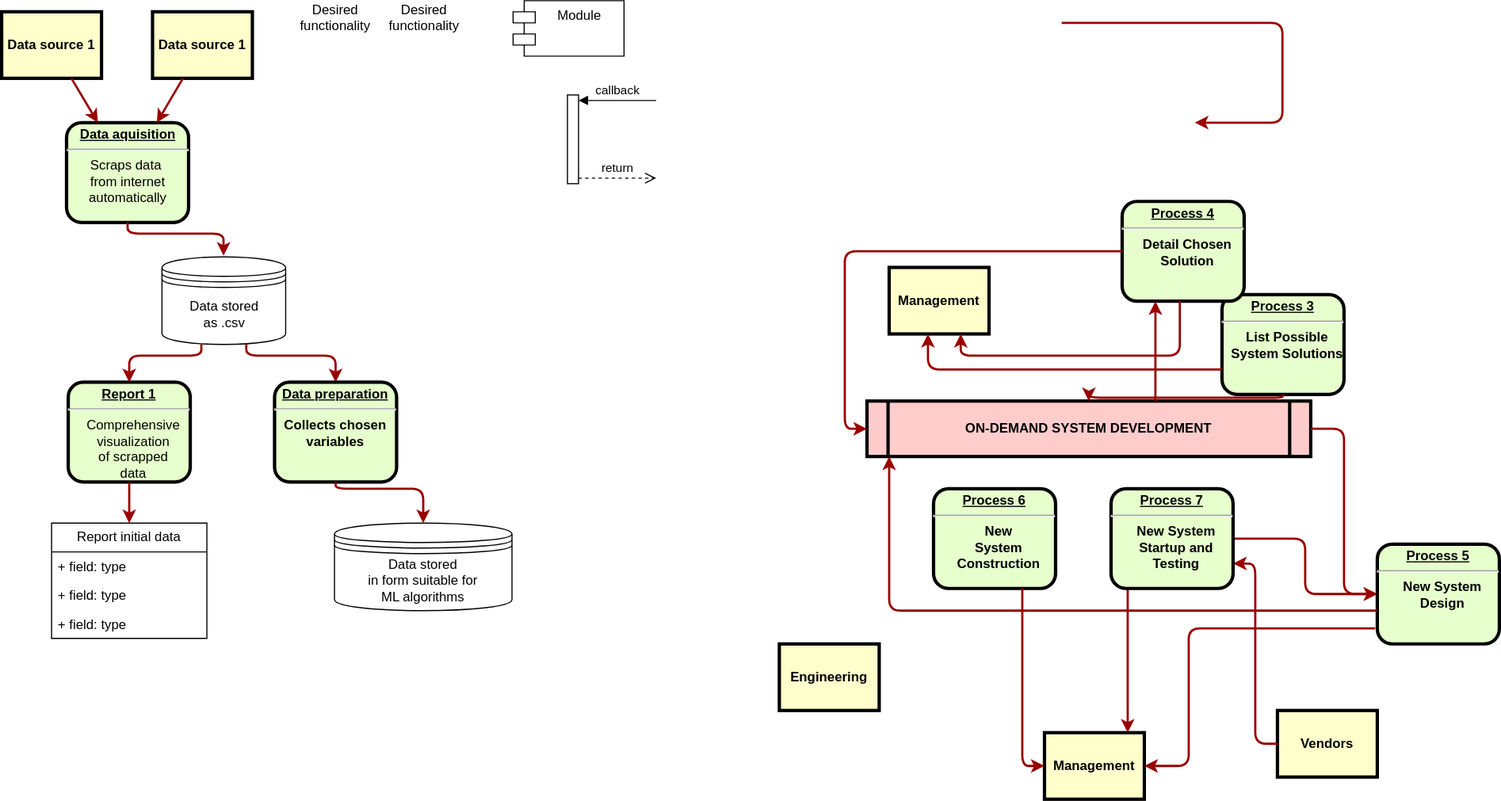
Earlier version of the draw.io export readme/Kopia Diagram bez tytułu.drawio.svg (KKobuszewski/aluminium-prediction). Source tidied: cells renumbered, new cells last; positions are measured from the earlier drawing's top-left corner, leaving out a move shared by most shapes.
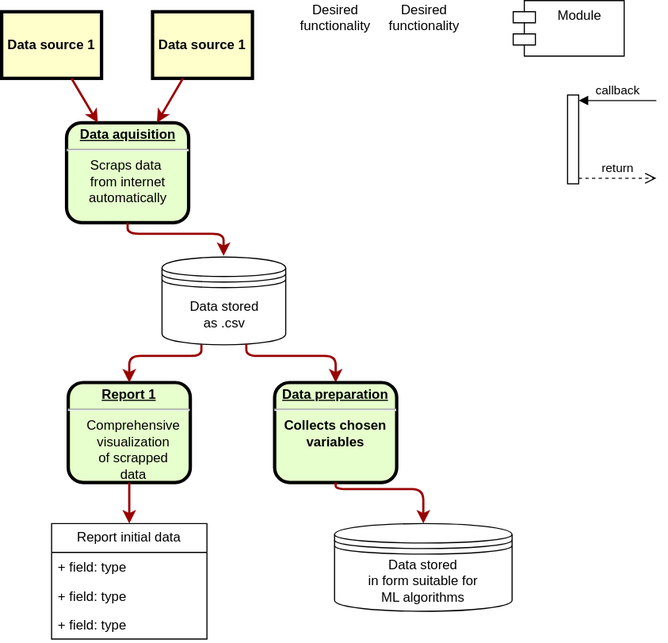
Later version of the same file.

What changed in the source:
```diff
@@ -11,36 +11,9 @@
     <mxCell id="4" value="Data source 1" style="whiteSpace=wrap;align=center;verticalAlign=middle;fontStyle=1;strokeWidth=3;fillColor=#FFFFCC;" parent="1" vertex="1">
       <mxGeometry y="42" width="90" height="60" as="geometry" />
     </mxCell>
-    <mxCell id="5" value="ON-DEMAND SYSTEM DEVELOPMENT" style="shape=process;whiteSpace=wrap;align=center;verticalAlign=middle;size=0.0475;fontStyle=1;strokeWidth=3;fillColor=#FFCCCC;" parent="1" vertex="1">
-      <mxGeometry x="780" y="393" width="400" height="50" as="geometry" />
-    </mxCell>
     <mxCell id="6" value="&lt;p style=&quot;margin: 0px; margin-top: 4px; text-align: center; text-decoration: underline;&quot;&gt;&lt;strong&gt;Report 1&lt;br&gt;&lt;/strong&gt;&lt;/p&gt;&lt;hr&gt;&lt;p style=&quot;margin: 0px; margin-left: 8px;&quot;&gt;&lt;span style=&quot;font-weight: normal;&quot;&gt;Comprehensive&lt;/span&gt;&lt;/p&gt;&lt;p style=&quot;margin: 0px; margin-left: 8px;&quot;&gt;&lt;span style=&quot;font-weight: normal;&quot;&gt;visualization&lt;/span&gt;&lt;/p&gt;&lt;p style=&quot;margin: 0px; margin-left: 8px;&quot;&gt;&lt;span style=&quot;font-weight: normal;&quot;&gt;of scrapped&lt;/span&gt;&lt;/p&gt;&lt;p style=&quot;margin: 0px; margin-left: 8px;&quot;&gt;&lt;span style=&quot;font-weight: normal;&quot;&gt;data&lt;/span&gt;&lt;br&gt;&lt;/p&gt;" style="verticalAlign=middle;align=center;overflow=fill;fontSize=12;fontFamily=Helvetica;html=1;rounded=1;fontStyle=1;strokeWidth=3;fillColor=#E6FFCC;" parent="1" vertex="1">
       <mxGeometry x="60" y="376" width="110" height="90" as="geometry" />
     </mxCell>
-    <mxCell id="7" value="&lt;p style=&quot;margin: 0px; margin-top: 4px; text-align: center; text-decoration: underline;&quot;&gt;&lt;strong&gt;&lt;strong&gt;Process&lt;/strong&gt; 3&lt;br /&gt;&lt;/strong&gt;&lt;/p&gt;&lt;hr /&gt;&lt;p style=&quot;margin: 0px; margin-left: 8px;&quot;&gt;List Possible&lt;/p&gt;&lt;p style=&quot;margin: 0px; margin-left: 8px;&quot;&gt;System Solutions&lt;/p&gt;" style="verticalAlign=middle;align=center;overflow=fill;fontSize=12;fontFamily=Helvetica;html=1;rounded=1;fontStyle=1;strokeWidth=3;fillColor=#E6FFCC;" parent="1" vertex="1">
-      <mxGeometry x="1100" y="297" width="110" height="90" as="geometry" />
-    </mxCell>
-    <mxCell id="8" value="&lt;p style=&quot;margin: 0px; margin-top: 4px; text-align: center; text-decoration: underline;&quot;&gt;&lt;strong&gt;&lt;strong&gt;Process&lt;/strong&gt; 4&lt;br /&gt;&lt;/strong&gt;&lt;/p&gt;&lt;hr /&gt;&lt;p style=&quot;margin: 0px; margin-left: 8px;&quot;&gt;Detail Chosen&lt;/p&gt;&lt;p style=&quot;margin: 0px; margin-left: 8px;&quot;&gt;Solution&lt;/p&gt;" style="verticalAlign=middle;align=center;overflow=fill;fontSize=12;fontFamily=Helvetica;html=1;rounded=1;fontStyle=1;strokeWidth=3;fillColor=#E6FFCC;" parent="1" vertex="1">
-      <mxGeometry x="1010" y="213" width="110" height="90" as="geometry" />
-    </mxCell>
-    <mxCell id="9" value="&lt;p style=&quot;margin: 0px; margin-top: 4px; text-align: center; text-decoration: underline;&quot;&gt;&lt;strong&gt;&lt;strong&gt;Process&lt;/strong&gt; 5&lt;br /&gt;&lt;/strong&gt;&lt;/p&gt;&lt;hr /&gt;&lt;p style=&quot;margin: 0px; margin-left: 8px;&quot;&gt;New System&lt;/p&gt;&lt;p style=&quot;margin: 0px; margin-left: 8px;&quot;&gt;Design&lt;/p&gt;" style="verticalAlign=middle;align=center;overflow=fill;fontSize=12;fontFamily=Helvetica;html=1;rounded=1;fontStyle=1;strokeWidth=3;fillColor=#E6FFCC;" parent="1" vertex="1">
-      <mxGeometry x="1240" y="522" width="110" height="90" as="geometry" />
-    </mxCell>
-    <mxCell id="10" value="&lt;p style=&quot;margin: 0px; margin-top: 4px; text-align: center; text-decoration: underline;&quot;&gt;&lt;strong&gt;&lt;strong&gt;Process&lt;/strong&gt; 6&lt;br /&gt;&lt;/strong&gt;&lt;/p&gt;&lt;hr /&gt;&lt;p style=&quot;margin: 0px; margin-left: 8px;&quot;&gt;New&lt;/p&gt;&lt;p style=&quot;margin: 0px; margin-left: 8px;&quot;&gt;System&lt;/p&gt;&lt;p style=&quot;margin: 0px; margin-left: 8px;&quot;&gt;Construction&lt;/p&gt;" style="verticalAlign=middle;align=center;overflow=fill;fontSize=12;fontFamily=Helvetica;html=1;rounded=1;fontStyle=1;strokeWidth=3;fillColor=#E6FFCC;" parent="1" vertex="1">
-      <mxGeometry x="840" y="472" width="110" height="90" as="geometry" />
-    </mxCell>
-    <mxCell id="11" value="Management" style="whiteSpace=wrap;align=center;verticalAlign=middle;fontStyle=1;strokeWidth=3;fillColor=#FFFFCC;" parent="1" vertex="1">
-      <mxGeometry x="800" y="272.5" width="90" height="60" as="geometry" />
-    </mxCell>
-    <mxCell id="12" value="Management" style="whiteSpace=wrap;align=center;verticalAlign=middle;fontStyle=1;strokeWidth=3;fillColor=#FFFFCC;" parent="1" vertex="1">
-      <mxGeometry x="940" y="692" width="90" height="60" as="geometry" />
-    </mxCell>
-    <mxCell id="13" value="Engineering" style="whiteSpace=wrap;align=center;verticalAlign=middle;fontStyle=1;strokeWidth=3;fillColor=#FFFFCC;" parent="1" vertex="1">
-      <mxGeometry x="701" y="612" width="90" height="60" as="geometry" />
-    </mxCell>
-    <mxCell id="14" value="Vendors" style="whiteSpace=wrap;align=center;verticalAlign=middle;fontStyle=1;strokeWidth=3;fillColor=#FFFFCC;" parent="1" vertex="1">
-      <mxGeometry x="1150" y="672" width="90" height="60" as="geometry" />
-    </mxCell>
     <mxCell id="15" style="edgeStyle=none;noEdgeStyle=1;strokeColor=#990000;strokeWidth=2;" parent="1" edge="1" source="3" target="2">
       <mxGeometry relative="1" as="geometry" />
     </mxCell>
@@ -53,82 +26,6 @@
     <mxCell id="18" value="Desired &#10;functionality" style="text;spacingTop=-5;align=center;" parent="1" vertex="1">
       <mxGeometry x="286" y="32" width="30" height="20" as="geometry" />
     </mxCell>
-    <mxCell id="19" style="edgeStyle=elbowEdgeStyle;elbow=horizontal;strokeColor=#990000;strokeWidth=2;flowAnimation=0;" parent="1" edge="1">
-      <mxGeometry relative="1" as="geometry">
-        <mxPoint x="955.5" y="52" as="sourcePoint" />
-        <mxPoint x="1075.5" y="142" as="targetPoint" />
-        <Array as="points">
-          <mxPoint x="1154.5" />
-          <mxPoint x="851.5" y="120" />
-        </Array>
-      </mxGeometry>
-    </mxCell>
-    <mxCell id="20" style="edgeStyle=elbowEdgeStyle;elbow=vertical;entryX=0.75;entryY=1;strokeColor=#990000;strokeWidth=2;entryDx=0;entryDy=0;" parent="1" edge="1">
-      <mxGeometry relative="1" as="geometry">
-        <mxPoint x="1062" y="303" as="sourcePoint" />
-        <mxPoint x="864.5" y="332.5" as="targetPoint" />
-        <Array as="points">
-          <mxPoint x="960" y="352" />
-        </Array>
-      </mxGeometry>
-    </mxCell>
-    <mxCell id="21" style="edgeStyle=elbowEdgeStyle;elbow=horizontal;strokeColor=#990000;strokeWidth=2;entryX=0.378;entryY=1.025;entryDx=0;entryDy=0;entryPerimeter=0;exitX=-0.027;exitY=0.678;exitDx=0;exitDy=0;exitPerimeter=0;" parent="1" edge="1">
-      <mxGeometry relative="1" as="geometry">
-        <mxPoint x="1100" y="364.5" as="sourcePoint" />
-        <mxPoint x="834" y="332.5" as="targetPoint" />
-        <Array as="points">
-          <mxPoint x="835" y="367.5" />
-        </Array>
-      </mxGeometry>
-    </mxCell>
-    <mxCell id="22" style="edgeStyle=elbowEdgeStyle;elbow=horizontal;strokeColor=#990000;strokeWidth=2;" parent="1" edge="1" source="8" target="5">
-      <mxGeometry relative="1" as="geometry">
-        <Array as="points">
-          <mxPoint x="760" y="332" />
-        </Array>
-      </mxGeometry>
-    </mxCell>
-    <mxCell id="23" style="edgeStyle=segmentEdgeStyle;strokeColor=#990000;strokeWidth=2;" parent="1" edge="1" source="5" target="8">
-      <mxGeometry relative="1" as="geometry">
-        <Array as="points">
-          <mxPoint x="1040" y="322" />
-          <mxPoint x="1040" y="322" />
-        </Array>
-      </mxGeometry>
-    </mxCell>
-    <mxCell id="24" style="edgeStyle=elbowEdgeStyle;elbow=vertical;strokeColor=#990000;strokeWidth=2;" parent="1" edge="1" source="7" target="5">
-      <mxGeometry relative="1" as="geometry" />
-    </mxCell>
-    <mxCell id="25" style="edgeStyle=elbowEdgeStyle;elbow=horizontal;strokeColor=#990000;strokeWidth=2;" parent="1" edge="1" source="9" target="5">
-      <mxGeometry relative="1" as="geometry">
-        <Array as="points">
-          <mxPoint x="800" y="582" />
-        </Array>
-      </mxGeometry>
-    </mxCell>
-    <mxCell id="26" style="edgeStyle=elbowEdgeStyle;elbow=horizontal;strokeColor=#990000;strokeWidth=2;" parent="1" edge="1" source="5" target="9">
-      <mxGeometry relative="1" as="geometry" />
-    </mxCell>
-    <mxCell id="27" style="edgeStyle=elbowEdgeStyle;elbow=horizontal;strokeColor=#990000;strokeWidth=2;exitX=1;exitY=0.5;exitDx=0;exitDy=0;" parent="1" edge="1" source="39" target="9">
-      <mxGeometry relative="1" as="geometry" />
-    </mxCell>
-    <mxCell id="28" style="edgeStyle=elbowEdgeStyle;elbow=horizontal;exitX=-0.018;exitY=0.844;strokeColor=#990000;strokeWidth=2;exitDx=0;exitDy=0;exitPerimeter=0;" parent="1" edge="1" source="9" target="12">
-      <mxGeometry relative="1" as="geometry">
-        <Array as="points">
-          <mxPoint x="1070" y="652" />
-        </Array>
-      </mxGeometry>
-    </mxCell>
-    <mxCell id="29" style="edgeStyle=elbowEdgeStyle;elbow=horizontal;strokeColor=#990000;strokeWidth=2;" parent="1" edge="1" source="39" target="12">
-      <mxGeometry relative="1" as="geometry" />
-    </mxCell>
-    <mxCell id="30" style="edgeStyle=elbowEdgeStyle;elbow=horizontal;strokeColor=#990000;strokeWidth=2;" parent="1" edge="1" source="10" target="12">
-      <mxGeometry relative="1" as="geometry">
-        <Array as="points">
-          <mxPoint x="920" y="612" />
-        </Array>
-      </mxGeometry>
-    </mxCell>
     <mxCell id="31" style="edgeStyle=elbowEdgeStyle;elbow=vertical;strokeColor=#990000;strokeWidth=2;exitX=0.5;exitY=1;exitDx=0;exitDy=0;" parent="1" edge="1" source="2">
       <mxGeometry relative="1" as="geometry">
         <mxPoint x="200" y="262" as="targetPoint" />
@@ -159,12 +56,6 @@
     <mxCell id="37" style="edgeStyle=none;noEdgeStyle=1;strokeColor=#990000;strokeWidth=2;exitX=0.5;exitY=1;exitDx=0;exitDy=0;entryX=0.5;entryY=0;entryDx=0;entryDy=0;" parent="1" edge="1" source="6" target="41">
       <mxGeometry relative="1" as="geometry" />
     </mxCell>
-    <mxCell id="38" style="edgeStyle=elbowEdgeStyle;elbow=horizontal;strokeColor=#990000;strokeWidth=2;entryX=1;entryY=0.75;entryDx=0;entryDy=0;" parent="1" edge="1" source="14" target="39">
-      <mxGeometry relative="1" as="geometry" />
-    </mxCell>
-    <mxCell id="39" value="&lt;p style=&quot;margin: 0px; margin-top: 4px; text-align: center; text-decoration: underline;&quot;&gt;&lt;strong&gt;&lt;strong&gt;Process&lt;/strong&gt; 7&lt;br /&gt;&lt;/strong&gt;&lt;/p&gt;&lt;hr /&gt;&lt;p style=&quot;margin: 0px; margin-left: 8px;&quot;&gt;New System&lt;/p&gt;&lt;p style=&quot;margin: 0px; margin-left: 8px;&quot;&gt;Startup and&lt;/p&gt;&lt;p style=&quot;margin: 0px; margin-left: 8px;&quot;&gt;Testing&lt;/p&gt;" style="verticalAlign=middle;align=center;overflow=fill;fontSize=12;fontFamily=Helvetica;html=1;rounded=1;fontStyle=1;strokeWidth=3;fillColor=#E6FFCC;" parent="1" vertex="1">
-      <mxGeometry x="1000" y="472" width="110" height="90" as="geometry" />
-    </mxCell>
     <mxCell id="40" style="edgeStyle=elbowEdgeStyle;elbow=vertical;strokeColor=#990000;strokeWidth=2;entryX=0.5;entryY=0;entryDx=0;entryDy=0;" parent="1" edge="1" target="6">
       <mxGeometry relative="1" as="geometry">
         <mxPoint x="180" y="342" as="sourcePoint" />
```
